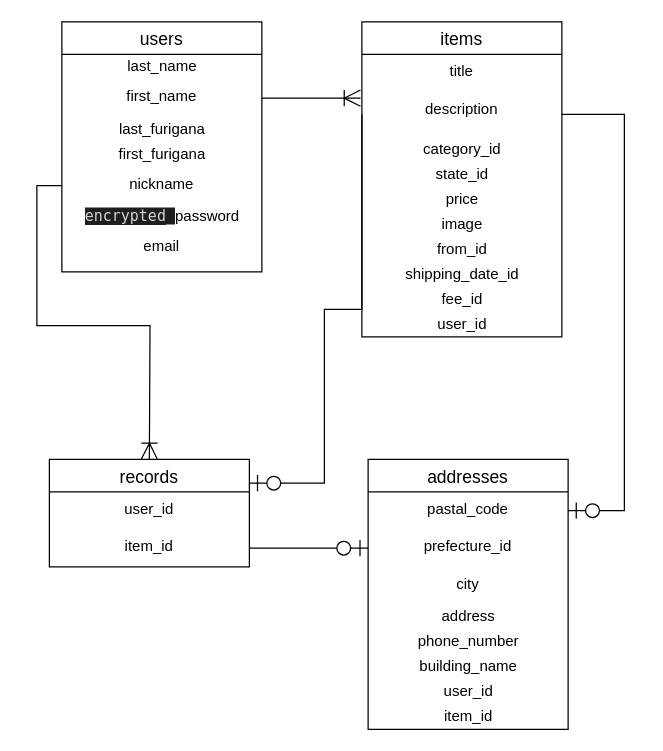
Before: er.dio in kokou2727/furima-34396, a draw.io diagram. Source tidied: cells renumbered, new cells numbered last; positions are measured from the earlier drawing's top-left corner, leaving out a move shared by most shapes. Both pictures are drawn from the tidied source at 125%, with x=0, y=0 at pixel (49, 21).
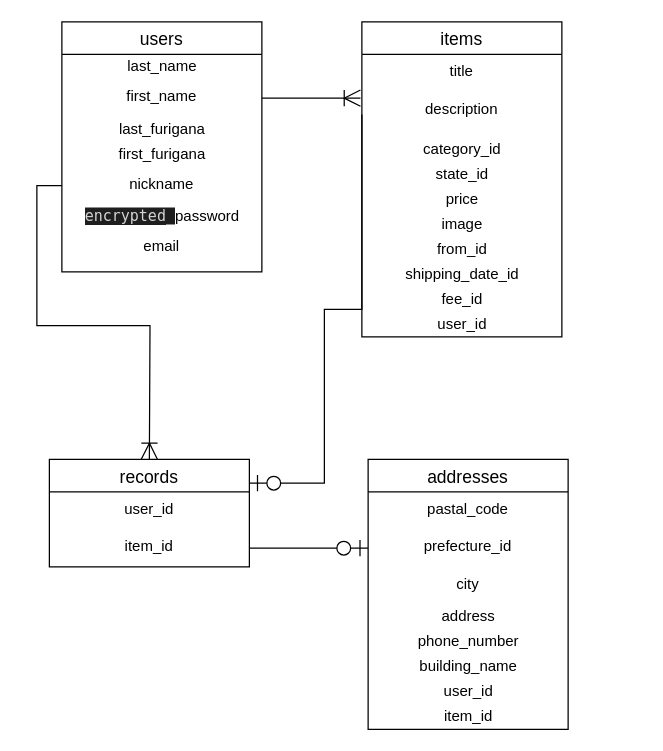
Above is the later version.

Unchanged cells that the change refers to:
```xml
<mxCell id="4" value="description" style="text;strokeColor=none;fillColor=none;spacingLeft=4;spacingRight=4;overflow=hidden;points=[[0,0.5],[1,0.5]];portConstraint=eastwest;fontSize=12;align=center;" parent="2" vertex="1">
  <mxGeometry y="56" width="160" height="36" as="geometry" />
</mxCell>
<mxCell id="17" value="pastal_code" style="text;strokeColor=none;fillColor=none;spacingLeft=4;spacingRight=4;overflow=hidden;points=[[0,0.5],[1,0.5]];portConstraint=eastwest;fontSize=12;align=center;" parent="16" vertex="1">
  <mxGeometry y="26" width="160" height="30" as="geometry" />
</mxCell>
```

What changed in the source:
```diff
@@
-    <mxCell id="37" style="edgeStyle=orthogonalEdgeStyle;rounded=0;jettySize=auto;html=1;exitX=1;exitY=0.5;exitDx=0;exitDy=0;endArrow=ERzeroToOne;endFill=1;endSize=11;targetPerimeterSpacing=0;entryX=1;entryY=0.5;entryDx=0;entryDy=0;" parent="1" edge="1" source="4" target="17">
-      <mxGeometry relative="1" as="geometry">
-        <Array as="points">
-          <mxPoint x="460" y="74" />
-          <mxPoint x="460" y="391" />
-        </Array>
-      </mxGeometry>
-    </mxCell>
```
